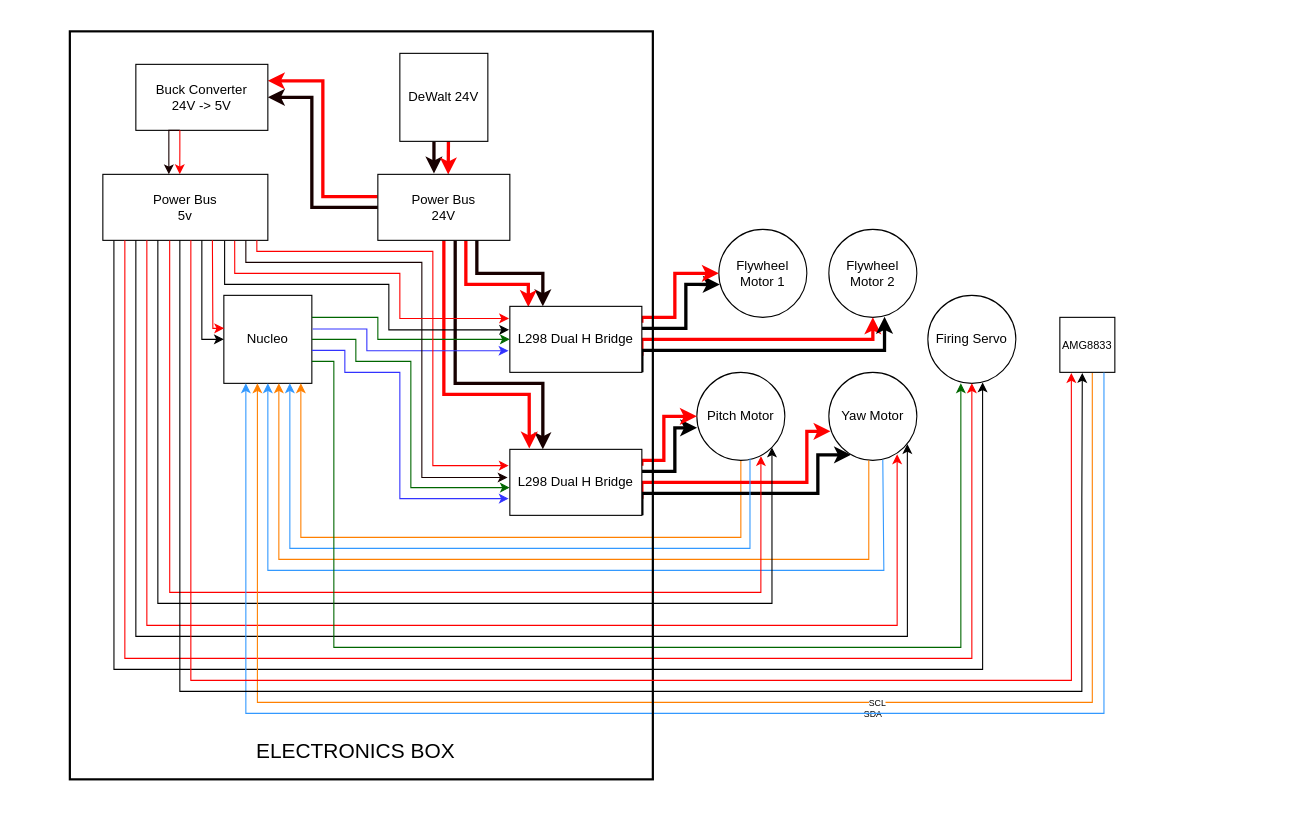
Above: WiringDiagram.drawio in tomhorizon/405FinalProject (draw.io), before the change. Source tidied: cells renumbered, new cells numbered last; positions are measured from the earlier drawing's top-left corner, leaving out a move shared by most shapes. Both pictures are drawn from the tidied source at 110%, with x=0, y=0 at pixel (69, 31).
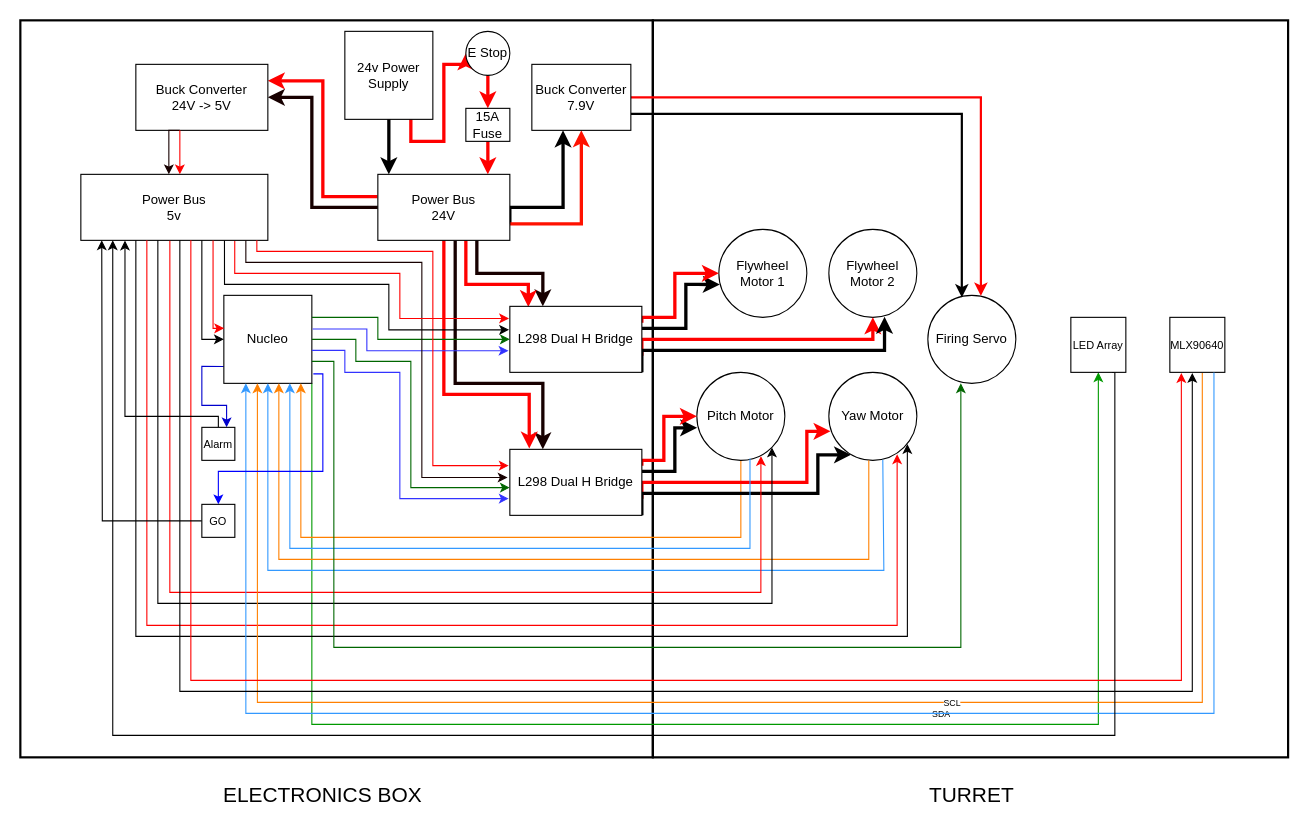
After the change.

The change refers to these unchanged cells:
```xml
<mxCell id="2" value="Nucleo" style="whiteSpace=wrap;html=1;" parent="1" vertex="1">
  <mxGeometry x="140" y="240" width="80" height="80" as="geometry" />
</mxCell>
<mxCell id="12" value="Power Bus&lt;br&gt;24V" style="whiteSpace=wrap;html=1;" parent="1" vertex="1">
  <mxGeometry x="280" y="130" width="120" height="60" as="geometry" />
</mxCell>
<mxCell id="21" value="L298 Dual H Bridge" style="whiteSpace=wrap;html=1;" parent="1" vertex="1">
  <mxGeometry x="400" y="250" width="120" height="60" as="geometry" />
</mxCell>
<mxCell id="23" value="Pitch Motor" style="ellipse;whiteSpace=wrap;html=1;" parent="1" vertex="1">
  <mxGeometry x="570" y="310" width="80" height="80" as="geometry" />
</mxCell>
<mxCell id="46" value="Firing Servo" style="ellipse;whiteSpace=wrap;html=1;" parent="1" vertex="1">
  <mxGeometry x="780" y="240" width="80" height="80" as="geometry" />
</mxCell>
```

Diff of the diagram source:
```diff
@@
+    <mxCell id="62" style="rounded=0;whiteSpace=wrap;html=1;fillColor=none;strokeWidth=2;perimeterSpacing=1;strokeColor=#000000;" parent="1" vertex="1">
+      <mxGeometry x="530" y="-10" width="577.5" height="670" as="geometry" />
+    </mxCell>
+    <mxCell id="58" style="rounded=0;whiteSpace=wrap;html=1;fillColor=none;strokeWidth=2;perimeterSpacing=1;strokeColor=#000000;" parent="1" vertex="1">
+      <mxGeometry x="-45" y="-10" width="575" height="670" as="geometry" />
+    </mxCell>
+    <mxCell id="63" style="edgeStyle=orthogonalEdgeStyle;rounded=0;jettySize=auto;html=1;exitX=-0.001;exitY=0.808;exitDx=0;exitDy=0;entryX=0.75;entryY=0;entryDx=0;entryDy=0;exitPerimeter=0;strokeColor=#0000CC;" parent="1" edge="1" source="2" target="70">
+      <mxGeometry relative="1" as="geometry" />
+    </mxCell>
+    <mxCell id="64" style="edgeStyle=orthogonalEdgeStyle;rounded=0;jettySize=auto;html=1;exitX=1;exitY=1;exitDx=0;exitDy=0;entryX=0.5;entryY=1;entryDx=0;entryDy=0;strokeColor=#009900;" parent="1" edge="1" source="2" target="68">
+      <mxGeometry relative="1" as="geometry">
+        <Array as="points">
+          <mxPoint x="220" y="630" />
+          <mxPoint x="935" y="630" />
+        </Array>
+      </mxGeometry>
+    </mxCell>
@@
-    <mxCell id="3" style="edgeStyle=orthogonalEdgeStyle;rounded=0;jettySize=auto;html=1;exitX=0.385;exitY=1.003;exitDx=0;exitDy=0;entryX=0.425;entryY=-0.013;entryDx=0;entryDy=0;entryPerimeter=0;strokeColor=#170000;exitPerimeter=0;strokeWidth=3;" parent="1" edge="1" source="5" target="12">
-      <mxGeometry relative="1" as="geometry">
-        <Array as="points">
-          <mxPoint x="331" y="129" />
-        </Array>
-      </mxGeometry>
-    </mxCell>
-    <mxCell id="4" style="edgeStyle=orthogonalEdgeStyle;rounded=0;jettySize=auto;html=1;exitX=0.552;exitY=1.002;exitDx=0;exitDy=0;entryX=0.533;entryY=0.003;entryDx=0;entryDy=0;strokeColor=#ff0000;entryPerimeter=0;exitPerimeter=0;strokeWidth=3;" parent="1" edge="1" source="5" target="12">
-      <mxGeometry relative="1" as="geometry" />
+    <mxCell id="4" style="edgeStyle=orthogonalEdgeStyle;rounded=0;jettySize=auto;html=1;exitX=0.75;exitY=1;exitDx=0;exitDy=0;strokeColor=#ff0000;strokeWidth=3;entryX=0;entryY=0.5;entryDx=0;entryDy=0;" parent="1" edge="1" source="5" target="77">
+      <mxGeometry relative="1" as="geometry">
+        <Array as="points">
+          <mxPoint x="310" y="100" />
+          <mxPoint x="340" y="100" />
+          <mxPoint x="340" y="30" />
+        </Array>
+      </mxGeometry>
     </mxCell>
-    <mxCell id="5" value="DeWalt 24V" style="whiteSpace=wrap;html=1;" parent="1" vertex="1">
-      <mxGeometry x="300" y="20" width="80" height="80" as="geometry" />
+    <mxCell id="5" value="24v Power Supply" style="whiteSpace=wrap;html=1;" parent="1" vertex="1">
+      <mxGeometry x="250" width="80" height="80" as="geometry" />
     </mxCell>
@@
+    <mxCell id="65" style="edgeStyle=orthogonalEdgeStyle;rounded=0;jettySize=auto;html=1;exitX=1;exitY=0.75;exitDx=0;exitDy=0;entryX=0.315;entryY=1;entryDx=0;entryDy=0;entryPerimeter=0;strokeWidth=3;" parent="1" edge="1" source="12" target="74">
+      <mxGeometry relative="1" as="geometry">
+        <Array as="points">
+          <mxPoint x="400" y="160" />
+          <mxPoint x="448" y="160" />
+        </Array>
+      </mxGeometry>
+    </mxCell>
+    <mxCell id="66" style="edgeStyle=orthogonalEdgeStyle;rounded=0;jettySize=auto;html=1;exitX=1;exitY=0.75;exitDx=0;exitDy=0;strokeWidth=3;strokeColor=#FF1100;" parent="1" edge="1" source="12" target="74">
+      <mxGeometry relative="1" as="geometry" />
+    </mxCell>
@@
-    <mxCell id="13" style="edgeStyle=orthogonalEdgeStyle;rounded=0;jettySize=auto;html=1;exitX=0.067;exitY=1.002;exitDx=0;exitDy=0;strokeColor=#000000;entryX=0.622;entryY=0.989;entryDx=0;entryDy=0;entryPerimeter=0;exitPerimeter=0;" parent="1" edge="1" source="14" target="46">
-      <mxGeometry relative="1" as="geometry">
-        <Array as="points">
-          <mxPoint x="40" y="580" />
-          <mxPoint x="830" y="580" />
-        </Array>
-      </mxGeometry>
-    </mxCell>
     <mxCell id="14" value="Power Bus&lt;br&gt;5v" style="whiteSpace=wrap;html=1;" parent="1" vertex="1">
-      <mxGeometry x="30" y="130" width="150" height="60" as="geometry" />
+      <mxGeometry x="10" y="130" width="170" height="60" as="geometry" />
     </mxCell>
@@
-    <mxCell id="39" style="endArrow=classic;html=1;rounded=0;strokeColor=#FF0000;entryX=0.728;entryY=0.952;entryDx=0;entryDy=0;entryPerimeter=0;edgeStyle=orthogonalEdgeStyle;exitX=0.405;exitY=1.002;exitDx=0;exitDy=0;exitPerimeter=0;" parent="1" edge="1" source="14" target="23">
+    <mxCell id="39" style="endArrow=classic;html=1;rounded=0;strokeColor=#FF0000;entryX=0.728;entryY=0.952;entryDx=0;entryDy=0;entryPerimeter=0;edgeStyle=orthogonalEdgeStyle;exitX=0.476;exitY=1.006;exitDx=0;exitDy=0;exitPerimeter=0;" parent="1" edge="1" source="14" target="23">
       <mxGeometry relative="1" as="geometry">
         <Array as="points">
           <mxPoint x="91" y="510" />
           <mxPoint x="628" y="510" />
         </Array>
       </mxGeometry>
     </mxCell>
@@
-    <mxCell id="45" style="edgeStyle=orthogonalEdgeStyle;rounded=0;jettySize=auto;html=1;strokeColor=#ff0000;entryX=0.466;entryY=-0.003;entryDx=0;entryDy=0;entryPerimeter=0;" parent="1" edge="1" target="14">
+    <mxCell id="45" style="edgeStyle=orthogonalEdgeStyle;rounded=0;orthogonalLoop=1;jettySize=auto;html=1;strokeColor=#ff0000;" parent="1" edge="1">
       <mxGeometry relative="1" as="geometry">
         <mxPoint x="100" y="90" as="sourcePoint" />
+        <mxPoint x="100" y="130" as="targetPoint" />
         <Array as="points">
-          <mxPoint x="100" y="90" />
-          <mxPoint x="100" y="110" />
           <mxPoint x="100" y="110" />
         </Array>
       </mxGeometry>
     </mxCell>
@@
-    <mxCell id="47" style="endArrow=classic;html=1;rounded=0;strokeColor=#FF0000;entryX=0.5;entryY=1;entryDx=0;entryDy=0;edgeStyle=orthogonalEdgeStyle;" parent="1" edge="1" target="46">
-      <mxGeometry relative="1" as="geometry">
-        <mxPoint x="50" y="190" as="sourcePoint" />
-        <Array as="points">
-          <mxPoint x="50" y="190" />
-          <mxPoint x="50" y="570" />
-          <mxPoint x="820" y="570" />
-        </Array>
-      </mxGeometry>
-    </mxCell>
@@
-    <mxCell id="49" style="endArrow=classic;html=1;rounded=0;strokeColor=#FF0000;exitX=0.799;exitY=1.007;exitDx=0;exitDy=0;entryX=-0.006;entryY=0.183;entryDx=0;entryDy=0;entryPerimeter=0;edgeStyle=orthogonalEdgeStyle;exitPerimeter=0;" parent="1" edge="1" source="14" target="21">
+    <mxCell id="49" style="endArrow=classic;html=1;rounded=0;strokeColor=#FF0000;exitX=0.823;exitY=1.009;exitDx=0;exitDy=0;entryX=-0.006;entryY=0.183;entryDx=0;entryDy=0;entryPerimeter=0;edgeStyle=orthogonalEdgeStyle;exitPerimeter=0;" parent="1" edge="1" source="14" target="21">
       <mxGeometry relative="1" as="geometry">
         <Array as="points">
           <mxPoint x="150" y="220" />
           <mxPoint x="300" y="220" />
           <mxPoint x="300" y="261" />
         </Array>
       </mxGeometry>
     </mxCell>
-    <mxCell id="50" style="endArrow=classic;html=1;rounded=0;strokeColor=#000000;exitX=0.738;exitY=1.009;exitDx=0;exitDy=0;exitPerimeter=0;entryX=-0.006;entryY=0.356;entryDx=0;entryDy=0;entryPerimeter=0;edgeStyle=orthogonalEdgeStyle;" parent="1" edge="1" source="14" target="21">
+    <mxCell id="50" style="endArrow=classic;html=1;rounded=0;strokeColor=#000000;exitX=0.768;exitY=1.004;exitDx=0;exitDy=0;exitPerimeter=0;entryX=-0.006;entryY=0.356;entryDx=0;entryDy=0;entryPerimeter=0;edgeStyle=orthogonalEdgeStyle;" parent="1" edge="1" source="14" target="21">
       <mxGeometry relative="1" as="geometry">
         <Array as="points">
           <mxPoint x="141" y="230" />
           <mxPoint x="290" y="230" />
           <mxPoint x="290" y="271" />
         </Array>
       </mxGeometry>
     </mxCell>
-    <mxCell id="51" style="endArrow=classic;html=1;rounded=0;strokeColor=#FF0000;entryX=0.004;entryY=0.375;entryDx=0;entryDy=0;edgeStyle=orthogonalEdgeStyle;entryPerimeter=0;exitX=0.664;exitY=1;exitDx=0;exitDy=0;exitPerimeter=0;" parent="1" edge="1" source="14" target="2">
+    <mxCell id="51" style="endArrow=classic;html=1;rounded=0;strokeColor=#FF0000;entryX=0.004;entryY=0.375;entryDx=0;entryDy=0;edgeStyle=orthogonalEdgeStyle;entryPerimeter=0;exitX=0.707;exitY=1.002;exitDx=0;exitDy=0;exitPerimeter=0;" parent="1" edge="1" source="14" target="2">
       <mxGeometry relative="1" as="geometry">
         <Array as="points">
-          <mxPoint x="130" y="191" />
-          <mxPoint x="130" y="191" />
+          <mxPoint x="130" y="190" />
           <mxPoint x="130" y="270" />
         </Array>
       </mxGeometry>
     </mxCell>
@@
-    <mxCell id="53" value="&lt;font style=&quot;font-size: 10px;&quot;&gt;AMG8833&lt;/font&gt;" style="whiteSpace=wrap;html=1;" parent="1" vertex="1">
-      <mxGeometry x="900" y="260" width="50" height="50" as="geometry" />
+    <mxCell id="53" value="&lt;font style=&quot;font-size: 10px;&quot;&gt;MLX90640&lt;/font&gt;" style="whiteSpace=wrap;html=1;" parent="1" vertex="1">
+      <mxGeometry x="1000" y="260" width="50" height="50" as="geometry" />
     </mxCell>
     <mxCell id="54" style="endArrow=classic;html=1;rounded=0;strokeColor=#FF8000;edgeStyle=orthogonalEdgeStyle;entryX=0.381;entryY=1;entryDx=0;entryDy=0;entryPerimeter=0;exitX=0.59;exitY=1.01;exitDx=0;exitDy=0;exitPerimeter=0;" parent="1" edge="1" source="53">
       <mxGeometry relative="1" as="geometry">
         <mxPoint x="170.5" y="320" as="targetPoint" />
         <Array as="points">
-          <mxPoint x="930" y="610" />
+          <mxPoint x="1030" y="610" />
           <mxPoint x="170" y="610" />
         </Array>
       </mxGeometry>
     </mxCell>
@@
     <mxCell id="56" style="endArrow=classic;html=1;rounded=0;strokeColor=#3399FF;entryX=0.25;entryY=1;entryDx=0;entryDy=0;edgeStyle=orthogonalEdgeStyle;exitX=0.802;exitY=1.002;exitDx=0;exitDy=0;exitPerimeter=0;" parent="1" edge="1" source="53" target="2">
       <mxGeometry relative="1" as="geometry">
         <Array as="points">
-          <mxPoint x="940" y="620" />
+          <mxPoint x="1040" y="620" />
           <mxPoint x="160" y="620" />
         </Array>
       </mxGeometry>
     </mxCell>
@@
-    <mxCell id="58" style="rounded=0;whiteSpace=wrap;html=1;fillColor=none;strokeWidth=2;perimeterSpacing=1;" parent="1" vertex="1">
-      <mxGeometry width="530" height="680" as="geometry" />
-    </mxCell>
     <mxCell id="59" style="endArrow=classic;html=1;rounded=0;strokeColor=#FF0000;fontSize=8;edgeStyle=orthogonalEdgeStyle;entryX=0.209;entryY=1.014;entryDx=0;entryDy=0;entryPerimeter=0;" parent="1" edge="1" target="53">
       <mxGeometry relative="1" as="geometry">
         <mxPoint x="110" y="190" as="sourcePoint" />
         <Array as="points">
           <mxPoint x="110" y="590" />
-          <mxPoint x="910" y="590" />
+          <mxPoint x="1010" y="590" />
+          <mxPoint x="1010" y="311" />
         </Array>
       </mxGeometry>
     </mxCell>
     <mxCell id="60" style="endArrow=classic;html=1;rounded=0;strokeColor=#000000;fontSize=8;edgeStyle=orthogonalEdgeStyle;entryX=0.408;entryY=1.011;entryDx=0;entryDy=0;entryPerimeter=0;" parent="1" edge="1" target="53">
       <mxGeometry relative="1" as="geometry">
         <mxPoint x="100" y="190" as="sourcePoint" />
         <Array as="points">
           <mxPoint x="100" y="600" />
-          <mxPoint x="920" y="600" />
-          <mxPoint x="920" y="424" />
-          <mxPoint x="920" y="424" />
+          <mxPoint x="1020" y="600" />
+          <mxPoint x="1020" y="311" />
         </Array>
       </mxGeometry>
     </mxCell>
-    <mxCell id="61" value="&lt;font style=&quot;font-size: 19px;&quot;&gt;ELECTRONICS BOX&lt;/font&gt;" style="text;html=1;strokeColor=none;fillColor=none;align=center;verticalAlign=middle;whiteSpace=wrap;rounded=0;" parent="1" vertex="1">
-      <mxGeometry x="70" y="640" width="380" height="30" as="geometry" />
+    <mxCell id="61" value="&lt;font style=&quot;font-size: 19px;&quot;&gt;TURRET&lt;/font&gt;" style="text;html=1;strokeColor=none;fillColor=none;align=center;verticalAlign=middle;whiteSpace=wrap;rounded=0;" parent="1" vertex="1">
+      <mxGeometry x="630" y="680" width="380" height="30" as="geometry" />
     </mxCell>
+    <mxCell id="67" style="edgeStyle=orthogonalEdgeStyle;rounded=0;jettySize=auto;html=1;exitX=0.75;exitY=1;exitDx=0;exitDy=0;" parent="1" edge="1" source="68">
+      <mxGeometry relative="1" as="geometry">
+        <mxPoint x="39" y="190" as="targetPoint" />
+        <Array as="points">
+          <mxPoint x="950" y="310" />
+          <mxPoint x="950" y="640" />
+          <mxPoint x="39" y="640" />
+          <mxPoint x="39" y="192" />
+        </Array>
+      </mxGeometry>
+    </mxCell>
+    <mxCell id="68" value="&lt;font style=&quot;font-size: 10px;&quot;&gt;LED Array&lt;/font&gt;" style="whiteSpace=wrap;html=1;" parent="1" vertex="1">
+      <mxGeometry x="910" y="260" width="50" height="50" as="geometry" />
+    </mxCell>
+    <mxCell id="69" style="edgeStyle=orthogonalEdgeStyle;rounded=0;jettySize=auto;html=1;entryX=0.236;entryY=1.002;entryDx=0;entryDy=0;entryPerimeter=0;" parent="1" edge="1" source="70" target="14">
+      <mxGeometry relative="1" as="geometry">
+        <Array as="points">
+          <mxPoint x="135" y="350" />
+          <mxPoint x="50" y="350" />
+        </Array>
+      </mxGeometry>
+    </mxCell>
+    <mxCell id="70" value="&lt;font style=&quot;font-size: 10px;&quot;&gt;Alarm&lt;/font&gt;" style="whiteSpace=wrap;html=1;" parent="1" vertex="1">
+      <mxGeometry x="120" y="360" width="30" height="30" as="geometry" />
+    </mxCell>
+    <mxCell id="71" value="&lt;font style=&quot;font-size: 19px;&quot;&gt;ELECTRONICS BOX&lt;/font&gt;" style="text;html=1;strokeColor=none;fillColor=none;align=center;verticalAlign=middle;whiteSpace=wrap;rounded=0;" parent="1" vertex="1">
+      <mxGeometry x="40" y="680" width="380" height="30" as="geometry" />
+    </mxCell>
+    <mxCell id="72" style="edgeStyle=orthogonalEdgeStyle;rounded=0;jettySize=auto;html=1;exitX=1;exitY=0.75;exitDx=0;exitDy=0;entryX=0.386;entryY=0.025;entryDx=0;entryDy=0;entryPerimeter=0;strokeWidth=2;" parent="1" edge="1" source="74" target="46">
+      <mxGeometry relative="1" as="geometry" />
+    </mxCell>
+    <mxCell id="73" style="edgeStyle=orthogonalEdgeStyle;rounded=0;jettySize=auto;html=1;exitX=1;exitY=0.5;exitDx=0;exitDy=0;entryX=0.603;entryY=0.006;entryDx=0;entryDy=0;entryPerimeter=0;strokeWidth=2;strokeColor=#ff0000;" parent="1" edge="1" source="74" target="46">
+      <mxGeometry relative="1" as="geometry" />
+    </mxCell>
+    <mxCell id="74" value="Buck Converter&lt;br&gt;7.9V" style="whiteSpace=wrap;html=1;" parent="1" vertex="1">
+      <mxGeometry x="420" y="30" width="90" height="60" as="geometry" />
+    </mxCell>
+    <mxCell id="75" style="edgeStyle=orthogonalEdgeStyle;rounded=0;orthogonalLoop=1;jettySize=auto;html=1;strokeColor=#000000;strokeWidth=3;" parent="1" edge="1">
+      <mxGeometry relative="1" as="geometry">
+        <mxPoint x="290" y="80" as="sourcePoint" />
+        <mxPoint x="290" y="130" as="targetPoint" />
+        <Array as="points">
+          <mxPoint x="290" y="131" />
+        </Array>
+      </mxGeometry>
+    </mxCell>
+    <mxCell id="76" style="edgeStyle=orthogonalEdgeStyle;rounded=0;jettySize=auto;html=1;exitX=0.5;exitY=1;exitDx=0;exitDy=0;entryX=0.5;entryY=0;entryDx=0;entryDy=0;strokeWidth=3;strokeColor=#ff0000;" parent="1" edge="1" source="77" target="79">
+      <mxGeometry relative="1" as="geometry" />
+    </mxCell>
+    <mxCell id="77" value="E Stop" style="ellipse;whiteSpace=wrap;html=1;" parent="1" vertex="1">
+      <mxGeometry x="360" width="40" height="40" as="geometry" />
+    </mxCell>
+    <mxCell id="78" style="edgeStyle=orthogonalEdgeStyle;rounded=0;jettySize=auto;html=1;exitX=0.5;exitY=1;exitDx=0;exitDy=0;strokeWidth=3;strokeColor=#ff0000;" parent="1" edge="1" source="79">
+      <mxGeometry relative="1" as="geometry">
+        <mxPoint x="380" y="130" as="targetPoint" />
+        <Array as="points">
+          <mxPoint x="380" y="110" />
+        </Array>
+      </mxGeometry>
+    </mxCell>
+    <mxCell id="79" value="15A Fuse" style="rounded=0;whiteSpace=wrap;html=1;" parent="1" vertex="1">
+      <mxGeometry x="360" y="70" width="40" height="30" as="geometry" />
+    </mxCell>
+    <mxCell id="80" style="edgeStyle=orthogonalEdgeStyle;rounded=0;jettySize=auto;html=1;exitX=0;exitY=0.5;exitDx=0;exitDy=0;" parent="1" edge="1" source="81">
+      <mxGeometry relative="1" as="geometry">
+        <mxPoint x="29" y="190" as="targetPoint" />
+      </mxGeometry>
+    </mxCell>
+    <mxCell id="81" value="&lt;font style=&quot;font-size: 10px;&quot;&gt;GO&lt;/font&gt;" style="whiteSpace=wrap;html=1;" parent="1" vertex="1">
+      <mxGeometry x="120" y="430" width="30" height="30" as="geometry" />
+    </mxCell>
+    <mxCell id="82" style="endArrow=classic;html=1;rounded=0;entryX=0.5;entryY=0;entryDx=0;entryDy=0;exitX=1.017;exitY=0.892;exitDx=0;exitDy=0;exitPerimeter=0;edgeStyle=orthogonalEdgeStyle;strokeColor=#0000FF;" parent="1" edge="1" source="2" target="81">
+      <mxGeometry relative="1" as="geometry">
+        <Array as="points">
+          <mxPoint x="230" y="311" />
+          <mxPoint x="230" y="400" />
+          <mxPoint x="135" y="400" />
+        </Array>
+      </mxGeometry>
+    </mxCell>
```
